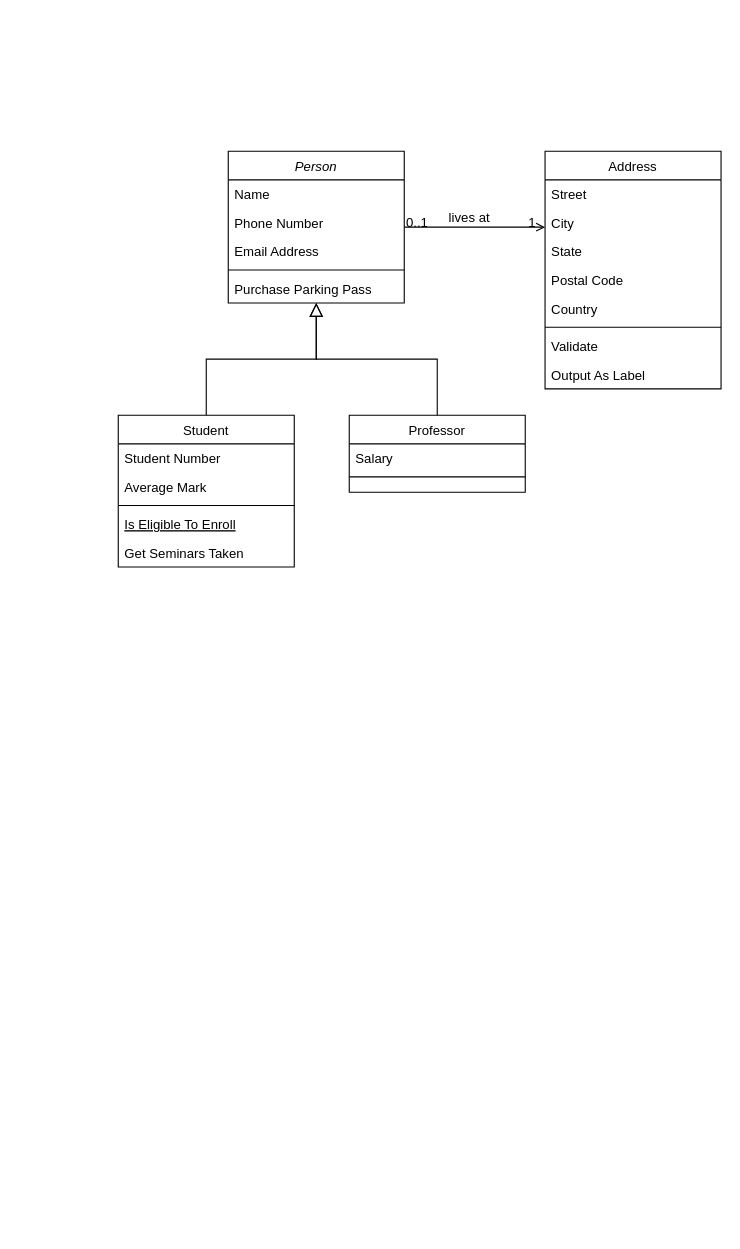
The draw.io diagram Диаграмма без названия.drawio in don-miggel/JavaPro, before the edit. Source tidied: cells renumbered, new cells numbered last; positions are measured from the earlier drawing's top-left corner, leaving out a move shared by most shapes. Both pictures are drawn from the tidied source at 110%, with x=0, y=0 at pixel (118, 151).
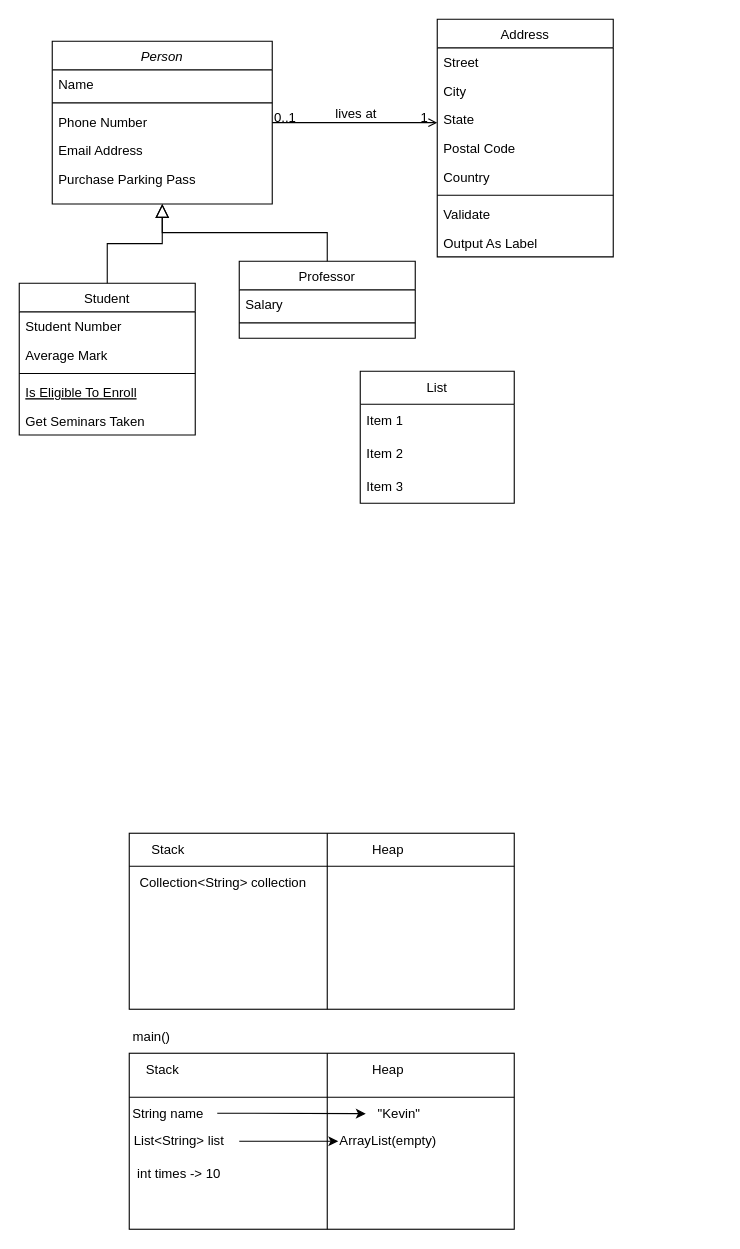
Above is the later version.

Diff of the diagram source:
```diff
@@
     <mxCell id="2" value="Person" style="swimlane;fontStyle=2;align=center;verticalAlign=top;horizontal=1;startSize=26;rounded=0;shadow=0;strokeWidth=1;" parent="1" vertex="1">
-      <mxGeometry x="100" width="160" height="138" as="geometry" />
+      <mxGeometry x="-60" y="-100" width="200" height="148" as="geometry" />
     </mxCell>
     <mxCell id="3" value="Name" style="text;align=left;verticalAlign=top;spacingLeft=4;spacingRight=4;overflow=hidden;" parent="2" vertex="1">
-      <mxGeometry y="26" width="160" height="26" as="geometry" />
+      <mxGeometry y="26" width="200" height="26" as="geometry" />
     </mxCell>
+    <mxCell id="6" style="line;html=1;strokeWidth=1;align=left;verticalAlign=middle;spacingTop=-1;spacingLeft=3;spacingRight=3;labelPosition=right;" parent="2" vertex="1">
+      <mxGeometry y="52" width="200" height="8" as="geometry" />
+    </mxCell>
     <mxCell id="4" value="Phone Number" style="text;align=left;verticalAlign=top;spacingLeft=4;spacingRight=4;overflow=hidden;rounded=0;shadow=0;html=0;" parent="2" vertex="1">
-      <mxGeometry y="52" width="160" height="26" as="geometry" />
+      <mxGeometry y="60" width="200" height="26" as="geometry" />
     </mxCell>
     <mxCell id="5" value="Email Address" style="text;align=left;verticalAlign=top;spacingLeft=4;spacingRight=4;overflow=hidden;rounded=0;shadow=0;html=0;" parent="2" vertex="1">
-      <mxGeometry y="78" width="160" height="26" as="geometry" />
+      <mxGeometry y="86" width="200" height="26" as="geometry" />
     </mxCell>
-    <mxCell id="6" style="line;html=1;strokeWidth=1;align=left;verticalAlign=middle;spacingTop=-1;spacingLeft=3;spacingRight=3;labelPosition=right;" parent="2" vertex="1">
-      <mxGeometry y="104" width="160" height="8" as="geometry" />
-    </mxCell>
     <mxCell id="7" value="Purchase Parking Pass" style="text;align=left;verticalAlign=top;spacingLeft=4;spacingRight=4;overflow=hidden;" parent="2" vertex="1">
-      <mxGeometry y="112" width="160" height="26" as="geometry" />
+      <mxGeometry y="112" width="200" height="26" as="geometry" />
     </mxCell>
     <mxCell id="8" value="Student" style="swimlane;fontStyle=0;align=center;verticalAlign=top;horizontal=1;startSize=26;rounded=0;shadow=0;strokeWidth=1;" parent="1" vertex="1">
-      <mxGeometry y="240" width="160" height="138" as="geometry" />
+      <mxGeometry x="-90" y="120" width="160" height="138" as="geometry" />
     </mxCell>
@@
     <mxCell id="15" value="Professor" style="swimlane;fontStyle=0;align=center;verticalAlign=top;horizontal=1;startSize=26;rounded=0;shadow=0;strokeWidth=1;" parent="1" vertex="1">
-      <mxGeometry x="210" y="240" width="160" height="70" as="geometry" />
+      <mxGeometry x="110" y="100" width="160" height="70" as="geometry" />
     </mxCell>
@@
     <mxCell id="19" value="Address" style="swimlane;fontStyle=0;align=center;verticalAlign=top;horizontal=1;startSize=26;rounded=0;shadow=0;strokeWidth=1;" parent="1" vertex="1">
-      <mxGeometry x="388" width="160" height="216" as="geometry" />
+      <mxGeometry x="290" y="-120" width="160" height="216" as="geometry" />
     </mxCell>
@@
+    <mxCell id="32" style="shape=internalStorage;whiteSpace=wrap;html=1;backgroundOutline=1;dx=180;dy=40;align=left;" parent="1" vertex="1">
+      <mxGeometry x="10" y="820" width="350" height="160" as="geometry" />
+    </mxCell>
+    <mxCell id="33" value="List" style="swimlane;fontStyle=0;horizontal=1;startSize=30;whiteSpace=wrap;html=1;" parent="1" vertex="1">
+      <mxGeometry x="220" y="200" width="140" height="120" as="geometry" />
+    </mxCell>
+    <mxCell id="34" value="Item 1" style="text;strokeColor=none;fillColor=none;align=left;verticalAlign=middle;spacingLeft=4;spacingRight=4;overflow=hidden;whiteSpace=wrap;html=1;" parent="33" vertex="1">
+      <mxGeometry y="30" width="140" height="30" as="geometry" />
+    </mxCell>
+    <mxCell id="35" value="Item 2" style="text;strokeColor=none;fillColor=none;align=left;verticalAlign=middle;spacingLeft=4;spacingRight=4;overflow=hidden;whiteSpace=wrap;html=1;" parent="33" vertex="1">
+      <mxGeometry y="60" width="140" height="30" as="geometry" />
+    </mxCell>
+    <mxCell id="36" value="Item 3" style="text;strokeColor=none;fillColor=none;align=left;verticalAlign=middle;spacingLeft=4;spacingRight=4;overflow=hidden;whiteSpace=wrap;html=1;" parent="33" vertex="1">
+      <mxGeometry y="90" width="140" height="30" as="geometry" />
+    </mxCell>
+    <mxCell id="37" value="Stack" style="text;html=1;align=center;verticalAlign=middle;strokeColor=none;fillColor=none;" parent="1" vertex="1">
+      <mxGeometry x="15" y="820" width="50" height="30" as="geometry" />
+    </mxCell>
+    <mxCell id="38" value="Heap" style="text;html=1;align=center;verticalAlign=middle;strokeColor=none;fillColor=none;" parent="1" vertex="1">
+      <mxGeometry x="220" y="820" width="50" height="30" as="geometry" />
+    </mxCell>
+    <mxCell id="39" value="String name" style="text;html=1;align=center;verticalAlign=middle;strokeColor=none;fillColor=none;" parent="1" vertex="1">
+      <mxGeometry y="860" width="90" height="30" as="geometry" />
+    </mxCell>
+    <mxCell id="40" value="&quot;Kevin&quot;" style="text;html=1;align=center;verticalAlign=middle;points=[];strokeColor=none;fillColor=none;" parent="1" vertex="1">
+      <mxGeometry x="225" y="860" width="60" height="30" as="geometry" />
+    </mxCell>
+    <mxCell id="41" style="endArrow=classic;html=1;rounded=0;" parent="1" edge="1" target="40">
+      <mxGeometry relative="1" as="geometry">
+        <mxPoint x="90" y="874.5" as="sourcePoint" />
+      </mxGeometry>
+    </mxCell>
+    <mxCell id="42" value="List&amp;lt;String&amp;gt; list" style="text;html=1;align=center;verticalAlign=middle;strokeColor=none;fillColor=none;" parent="1" vertex="1">
+      <mxGeometry y="885" width="110" height="30" as="geometry" />
+    </mxCell>
+    <mxCell id="43" value="ArrayList(empty)" style="text;html=1;align=center;verticalAlign=middle;strokeColor=none;fillColor=none;" parent="1" vertex="1">
+      <mxGeometry x="190" y="885" width="110" height="30" as="geometry" />
+    </mxCell>
+    <mxCell id="44" style="endArrow=classic;html=1;rounded=0;" parent="1" edge="1">
+      <mxGeometry relative="1" as="geometry">
+        <mxPoint x="110" y="900" as="sourcePoint" />
+        <mxPoint x="200" y="900" as="targetPoint" />
+        <Array as="points">
+          <mxPoint x="125" y="900" />
+        </Array>
+      </mxGeometry>
+    </mxCell>
+    <mxCell id="45" value="main()" style="text;html=1;align=center;verticalAlign=middle;strokeColor=none;fillColor=none;" parent="1" vertex="1">
+      <mxGeometry y="790" width="60" height="30" as="geometry" />
+    </mxCell>
+    <mxCell id="46" value="int times -&amp;gt; 10" style="text;html=1;align=center;verticalAlign=middle;strokeColor=none;fillColor=none;" parent="1" vertex="1">
+      <mxGeometry x="5" y="915" width="100" height="30" as="geometry" />
+    </mxCell>
+    <mxCell id="47" style="shape=internalStorage;whiteSpace=wrap;html=1;backgroundOutline=1;dx=180;dy=30;" parent="1" vertex="1">
+      <mxGeometry x="10" y="620" width="350" height="160" as="geometry" />
+    </mxCell>
+    <mxCell id="48" value="Stack" style="text;html=1;align=center;verticalAlign=middle;strokeColor=none;fillColor=none;" parent="1" vertex="1">
+      <mxGeometry x="20" y="620" width="50" height="30" as="geometry" />
+    </mxCell>
+    <mxCell id="49" value="Heap" style="text;html=1;align=center;verticalAlign=middle;strokeColor=none;fillColor=none;" parent="1" vertex="1">
+      <mxGeometry x="220" y="620" width="50" height="30" as="geometry" />
+    </mxCell>
+    <mxCell id="50" value="Collection&amp;lt;String&amp;gt; collection" style="text;html=1;align=center;verticalAlign=middle;strokeColor=none;fillColor=none;" parent="1" vertex="1">
+      <mxGeometry x="10" y="650" width="170" height="30" as="geometry" />
+    </mxCell>
```
